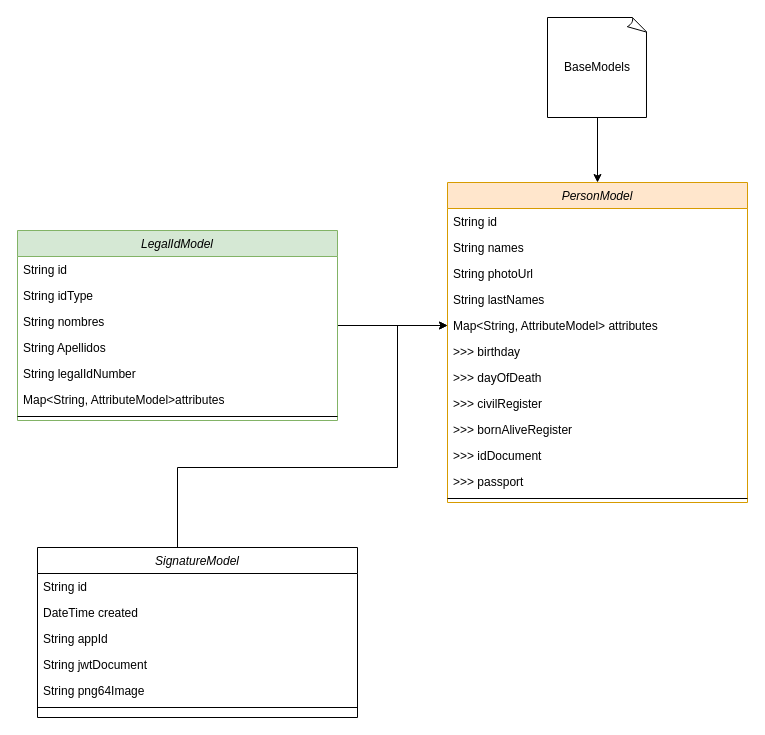
grupo-jocaagura/jocaagura_domain keeps this draw.io diagram as page "citizen" (7 of 12) of uml/uml_diagrams.drawio. Above is the earlier version. Source tidied: cells renumbered, new cells numbered last; positions are measured from the earlier drawing's top-left corner, leaving out a move shared by most shapes. Both pictures are drawn from the tidied source at 100%, with x=0, y=0 at pixel (17, 17).
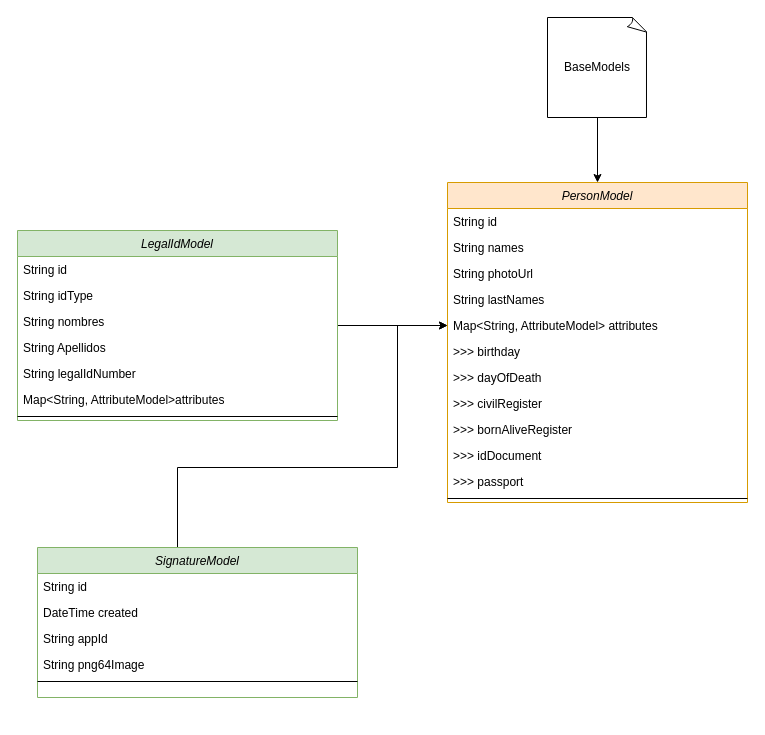
After the change.

Change to the diagram source:
```diff
@@
-    <mxCell id="27" value="SignatureModel" style="swimlane;fontStyle=2;align=center;verticalAlign=top;horizontal=1;startSize=26;rounded=0;shadow=0;strokeWidth=1;" parent="1" vertex="1">
-      <mxGeometry x="20" y="530" width="320" height="170" as="geometry" />
+    <mxCell id="27" value="SignatureModel" style="swimlane;fontStyle=2;align=center;verticalAlign=top;horizontal=1;startSize=26;rounded=0;shadow=0;strokeWidth=1;fillColor=#d5e8d4;strokeColor=#82b366;" parent="1" vertex="1">
+      <mxGeometry x="20" y="530" width="320" height="150" as="geometry" />
     </mxCell>
@@
-    <mxCell id="31" value="String jwtDocument" style="text;align=left;verticalAlign=top;spacingLeft=4;spacingRight=4;overflow=hidden;" parent="27" vertex="1">
-      <mxGeometry y="104" width="320" height="26" as="geometry" />
-    </mxCell>
     <mxCell id="32" value="String png64Image" style="text;align=left;verticalAlign=top;spacingLeft=4;spacingRight=4;overflow=hidden;" parent="27" vertex="1">
-      <mxGeometry y="130" width="320" height="26" as="geometry" />
+      <mxGeometry y="104" width="320" height="26" as="geometry" />
     </mxCell>
     <mxCell id="33" style="line;html=1;strokeWidth=1;align=left;verticalAlign=middle;spacingTop=-1;spacingLeft=3;spacingRight=3;labelPosition=right;" parent="27" vertex="1">
-      <mxGeometry y="156" width="320" height="8" as="geometry" />
+      <mxGeometry y="130" width="320" height="8" as="geometry" />
     </mxCell>
```
